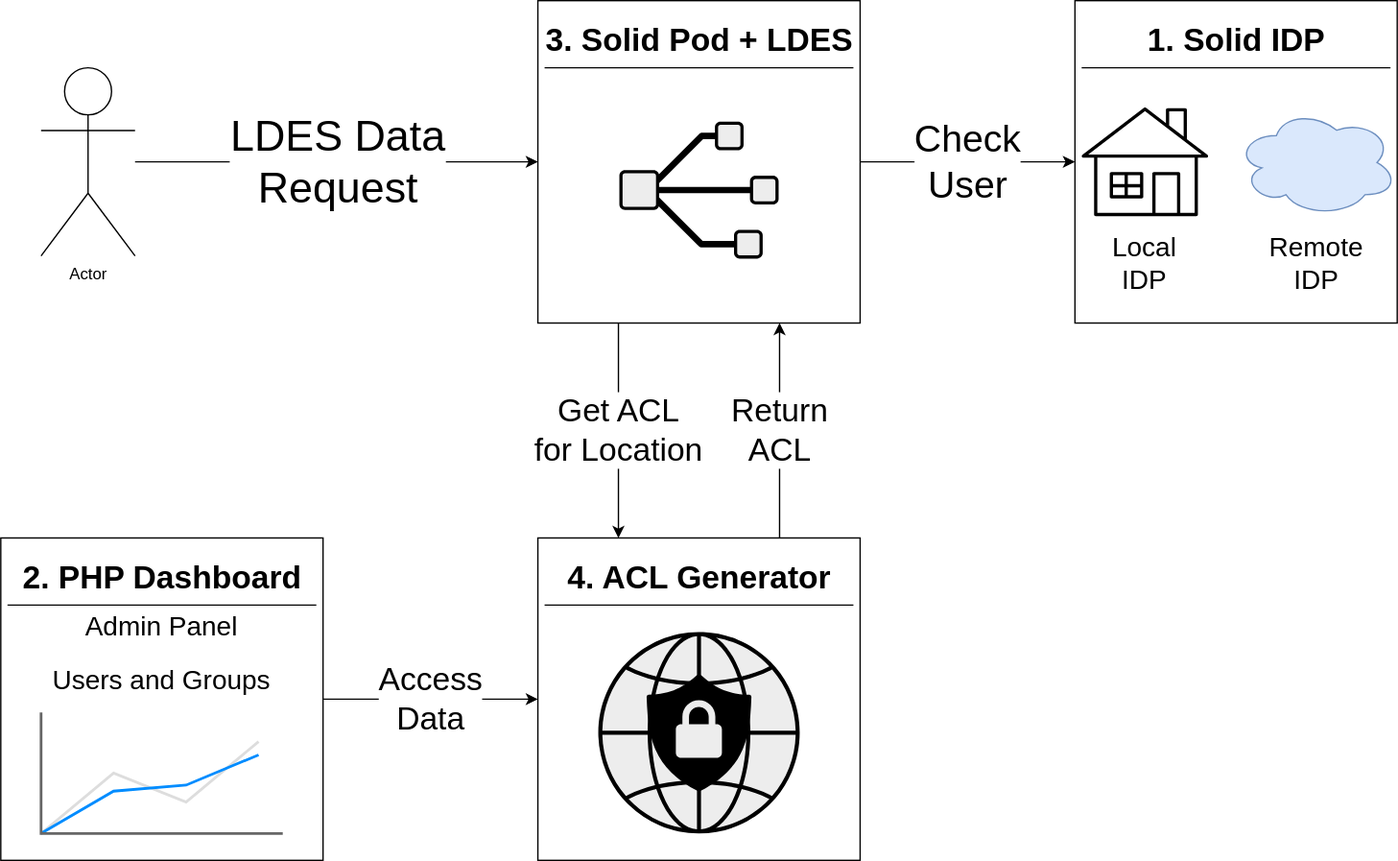
Before: chapters/Components.drawio.svg, a diagram exported from draw.io (ajuvercr/mumo-SemDH2026). Source tidied: cells renumbered, new cells last; positions are measured from the earlier drawing's top-left corner, leaving out a move shared by most shapes.
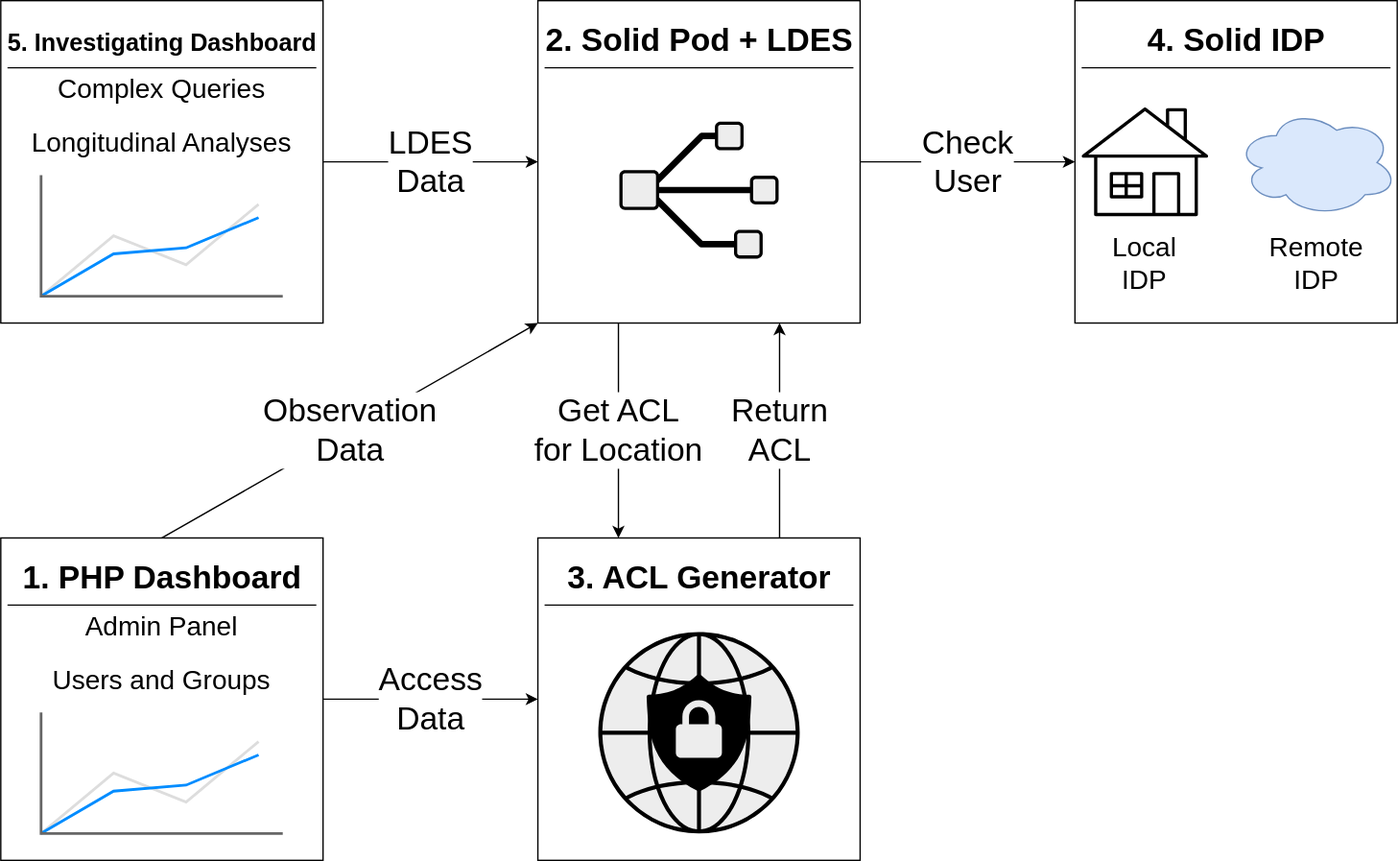
Above is the later version.

Change to the diagram source:
```diff
@@ -2,107 +2,128 @@
   <root>
     <mxCell id="0" />
     <mxCell id="1" parent="0" />
-    <mxCell id="2" value="&lt;font style=&quot;font-size: 32px;&quot;&gt;LDES Data&lt;/font&gt;&lt;div&gt;&lt;font style=&quot;font-size: 32px;&quot;&gt;Request&lt;/font&gt;&lt;/div&gt;" style="edgeStyle=orthogonalEdgeStyle;rounded=0;jettySize=auto;html=1;entryX=0;entryY=0.5;entryDx=0;entryDy=0;" parent="1" edge="1" source="3" target="28">
+    <mxCell id="2" value="&lt;font style=&quot;font-size: 24px;&quot;&gt;LDES&lt;/font&gt;&lt;div&gt;&lt;span style=&quot;background-color: light-dark(#ffffff, var(--ge-dark-color, #121212)); color: light-dark(rgb(0, 0, 0), rgb(255, 255, 255));&quot;&gt;&lt;font style=&quot;font-size: 24px;&quot;&gt;Data&lt;/font&gt;&lt;/span&gt;&lt;/div&gt;" style="edgeStyle=orthogonalEdgeStyle;rounded=0;jettySize=auto;html=1;entryX=0;entryY=0.5;entryDx=0;entryDy=0;exitX=1;exitY=0.5;exitDx=0;exitDy=0;" parent="1" edge="1" source="37" target="27">
       <mxGeometry relative="1" as="geometry" />
     </mxCell>
-    <mxCell id="3" value="Actor" style="shape=umlActor;verticalLabelPosition=bottom;verticalAlign=top;html=1;outlineConnect=0;" parent="1" vertex="1">
-      <mxGeometry x="30" y="50" width="70" height="140" as="geometry" />
+    <mxCell id="3" style="group;" parent="1" vertex="1">
+      <mxGeometry x="30" y="50" width="240" height="240" as="geometry" />
     </mxCell>
-    <mxCell id="4" style="group;" parent="1" vertex="1">
-      <mxGeometry y="400" width="240" height="240" as="geometry" />
+    <mxCell id="4" style="whiteSpace=wrap;html=1;verticalAlign=top;labelBorderColor=none;spacing=2;" parent="3" vertex="1">
+      <mxGeometry width="240" height="240" as="geometry" />
     </mxCell>
-    <mxCell id="5" style="whiteSpace=wrap;html=1;verticalAlign=top;labelBorderColor=none;spacing=2;" parent="4" vertex="1">
-      <mxGeometry width="240" height="240" as="geometry" />
+    <mxCell id="5" value="1. PHP Dashboard" style="text;strokeColor=none;fillColor=none;html=1;fontSize=24;fontStyle=1;verticalAlign=middle;align=center;" parent="3" vertex="1">
+      <mxGeometry x="5" y="10" width="230" height="40" as="geometry" />
     </mxCell>
-    <mxCell id="6" value="2. PHP Dashboard" style="text;strokeColor=none;fillColor=none;html=1;fontSize=24;fontStyle=1;verticalAlign=middle;align=center;" parent="4" vertex="1">
-      <mxGeometry x="5" y="10" width="230" height="40" as="geometry" />
+    <mxCell id="6" style="endArrow=none;html=1;rounded=0;exitX=0;exitY=1;exitDx=0;exitDy=0;entryX=1;entryY=1;entryDx=0;entryDy=0;" parent="3" edge="1" source="5" target="5">
+      <mxGeometry relative="1" as="geometry" />
     </mxCell>
-    <mxCell id="7" style="endArrow=none;html=1;rounded=0;exitX=0;exitY=1;exitDx=0;exitDy=0;entryX=1;entryY=1;entryDx=0;entryDy=0;" parent="4" edge="1" source="6" target="6">
-      <mxGeometry relative="1" as="geometry" />
+    <mxCell id="7" style="verticalLabelPosition=bottom;shadow=0;dashed=0;align=center;html=1;verticalAlign=top;strokeWidth=1;shape=mxgraph.mockup.graphics.lineChart;strokeColor=none;strokeColor2=#666666;strokeColor3=#008cff;strokeColor4=#dddddd;" parent="3" vertex="1">
+      <mxGeometry x="30" y="130" width="180" height="90" as="geometry" />
     </mxCell>
-    <mxCell id="8" style="verticalLabelPosition=bottom;shadow=0;dashed=0;align=center;html=1;verticalAlign=top;strokeWidth=1;shape=mxgraph.mockup.graphics.lineChart;strokeColor=none;strokeColor2=#666666;strokeColor3=#008cff;strokeColor4=#dddddd;" parent="4" vertex="1">
-      <mxGeometry x="30" y="130" width="180" height="90" as="geometry" />
+    <mxCell id="8" value="&lt;font style=&quot;font-size: 20px;&quot;&gt;Users and Groups&lt;/font&gt;" style="text;html=1;align=center;verticalAlign=middle;whiteSpace=wrap;rounded=0;" parent="3" vertex="1">
+      <mxGeometry x="30" y="90" width="180" height="30" as="geometry" />
     </mxCell>
-    <mxCell id="9" value="&lt;font style=&quot;font-size: 20px;&quot;&gt;Users and Groups&lt;/font&gt;" style="text;html=1;align=center;verticalAlign=middle;whiteSpace=wrap;rounded=0;" parent="4" vertex="1">
-      <mxGeometry x="30" y="90" width="180" height="30" as="geometry" />
+    <mxCell id="9" value="&lt;font style=&quot;font-size: 20px;&quot;&gt;Admin Panel&lt;/font&gt;" style="text;html=1;align=center;verticalAlign=middle;whiteSpace=wrap;rounded=0;" parent="3" vertex="1">
+      <mxGeometry x="30" y="50" width="180" height="30" as="geometry" />
     </mxCell>
-    <mxCell id="10" value="&lt;font style=&quot;font-size: 20px;&quot;&gt;Admin Panel&lt;/font&gt;" style="text;html=1;align=center;verticalAlign=middle;whiteSpace=wrap;rounded=0;" parent="4" vertex="1">
-      <mxGeometry x="30" y="50" width="180" height="30" as="geometry" />
+    <mxCell id="10" style="group;" parent="1" vertex="1">
+      <mxGeometry x="830" y="-350" width="240" height="240" as="geometry" />
     </mxCell>
-    <mxCell id="11" style="group;" parent="1" vertex="1">
-      <mxGeometry x="800" width="240" height="240" as="geometry" />
+    <mxCell id="11" style="whiteSpace=wrap;html=1;verticalAlign=top;labelBorderColor=none;spacing=2;" parent="10" vertex="1">
+      <mxGeometry width="240" height="240" as="geometry" />
     </mxCell>
-    <mxCell id="12" style="whiteSpace=wrap;html=1;verticalAlign=top;labelBorderColor=none;spacing=2;" parent="11" vertex="1">
-      <mxGeometry width="240" height="240" as="geometry" />
+    <mxCell id="12" value="4. Solid IDP" style="text;strokeColor=none;fillColor=none;html=1;fontSize=24;fontStyle=1;verticalAlign=middle;align=center;" parent="10" vertex="1">
+      <mxGeometry x="5" y="10" width="230" height="40" as="geometry" />
     </mxCell>
-    <mxCell id="13" value="1. Solid IDP" style="text;strokeColor=none;fillColor=none;html=1;fontSize=24;fontStyle=1;verticalAlign=middle;align=center;" parent="11" vertex="1">
-      <mxGeometry x="5" y="10" width="230" height="40" as="geometry" />
+    <mxCell id="13" style="endArrow=none;html=1;rounded=0;exitX=0;exitY=1;exitDx=0;exitDy=0;entryX=1;entryY=1;entryDx=0;entryDy=0;" parent="10" edge="1" source="12" target="12">
+      <mxGeometry relative="1" as="geometry" />
     </mxCell>
-    <mxCell id="14" style="endArrow=none;html=1;rounded=0;exitX=0;exitY=1;exitDx=0;exitDy=0;entryX=1;entryY=1;entryDx=0;entryDy=0;" parent="11" edge="1" source="13" target="13">
-      <mxGeometry relative="1" as="geometry" />
+    <mxCell id="14" style="group;" parent="10" vertex="1">
+      <mxGeometry x="5" y="79.5" width="235" height="130.5" as="geometry" />
     </mxCell>
-    <mxCell id="15" style="group;" parent="11" vertex="1">
-      <mxGeometry x="5" y="79.5" width="235" height="130.5" as="geometry" />
+    <mxCell id="15" style="group;" parent="14" vertex="1">
+      <mxGeometry x="115" y="0.9" width="120" height="129.5" as="geometry" />
     </mxCell>
-    <mxCell id="16" style="group;" parent="15" vertex="1">
-      <mxGeometry x="115" y="0.9" width="120" height="129.5" as="geometry" />
+    <mxCell id="16" style="ellipse;shape=cloud;whiteSpace=wrap;html=1;fillColor=#dae8fc;strokeColor=#6c8ebf;" parent="15" vertex="1">
+      <mxGeometry width="120" height="80" as="geometry" />
     </mxCell>
-    <mxCell id="17" style="ellipse;shape=cloud;whiteSpace=wrap;html=1;fillColor=#dae8fc;strokeColor=#6c8ebf;" parent="16" vertex="1">
-      <mxGeometry width="120" height="80" as="geometry" />
+    <mxCell id="17" value="&lt;font style=&quot;font-size: 20px;&quot;&gt;Remote IDP&lt;/font&gt;" style="text;html=1;align=center;verticalAlign=middle;whiteSpace=wrap;rounded=0;" parent="15" vertex="1">
+      <mxGeometry x="20" y="99.5" width="80" height="30" as="geometry" />
     </mxCell>
-    <mxCell id="18" value="&lt;font style=&quot;font-size: 20px;&quot;&gt;Remote IDP&lt;/font&gt;" style="text;html=1;align=center;verticalAlign=middle;whiteSpace=wrap;rounded=0;" parent="16" vertex="1">
-      <mxGeometry x="20" y="99.5" width="80" height="30" as="geometry" />
+    <mxCell id="18" style="group;" parent="14" vertex="1">
+      <mxGeometry width="94.2" height="130.5" as="geometry" />
     </mxCell>
-    <mxCell id="19" style="group;" parent="15" vertex="1">
-      <mxGeometry width="94.2" height="130.5" as="geometry" />
+    <mxCell id="19" style="sketch=0;verticalLabelPosition=bottom;sketch=0;html=1;verticalAlign=top;strokeColor=none;fillColor=#000000;align=center;shape=mxgraph.citrix2.home;" parent="18" vertex="1">
+      <mxGeometry width="94.2" height="80.9" as="geometry" />
     </mxCell>
-    <mxCell id="20" style="sketch=0;verticalLabelPosition=bottom;sketch=0;html=1;verticalAlign=top;strokeColor=none;fillColor=#000000;align=center;shape=mxgraph.citrix2.home;" parent="19" vertex="1">
-      <mxGeometry width="94.2" height="80.9" as="geometry" />
+    <mxCell id="20" value="&lt;font style=&quot;font-size: 20px;&quot;&gt;Local IDP&lt;/font&gt;" style="text;html=1;align=center;verticalAlign=middle;whiteSpace=wrap;rounded=0;" parent="18" vertex="1">
+      <mxGeometry x="7.1" y="100.5" width="80" height="30" as="geometry" />
     </mxCell>
-    <mxCell id="21" value="&lt;font style=&quot;font-size: 20px;&quot;&gt;Local IDP&lt;/font&gt;" style="text;html=1;align=center;verticalAlign=middle;whiteSpace=wrap;rounded=0;" parent="19" vertex="1">
-      <mxGeometry x="7.1" y="100.5" width="80" height="30" as="geometry" />
+    <mxCell id="21" style="group;" parent="1" vertex="1">
+      <mxGeometry x="430" y="50" width="240" height="240" as="geometry" />
     </mxCell>
-    <mxCell id="22" style="group;" parent="1" vertex="1">
-      <mxGeometry x="400" y="400" width="240" height="240" as="geometry" />
+    <mxCell id="22" style="whiteSpace=wrap;html=1;verticalAlign=top;labelBorderColor=none;spacing=2;" parent="21" vertex="1">
+      <mxGeometry width="240" height="240" as="geometry" />
     </mxCell>
-    <mxCell id="23" style="whiteSpace=wrap;html=1;verticalAlign=top;labelBorderColor=none;spacing=2;" parent="22" vertex="1">
-      <mxGeometry width="240" height="240" as="geometry" />
+    <mxCell id="23" value="3. ACL Generator" style="text;strokeColor=none;fillColor=none;html=1;fontSize=24;fontStyle=1;verticalAlign=middle;align=center;" parent="21" vertex="1">
+      <mxGeometry x="5" y="10" width="230" height="40" as="geometry" />
     </mxCell>
-    <mxCell id="24" value="4. ACL Generator" style="text;strokeColor=none;fillColor=none;html=1;fontSize=24;fontStyle=1;verticalAlign=middle;align=center;" parent="22" vertex="1">
-      <mxGeometry x="5" y="10" width="230" height="40" as="geometry" />
+    <mxCell id="24" style="endArrow=none;html=1;rounded=0;exitX=0;exitY=1;exitDx=0;exitDy=0;entryX=1;entryY=1;entryDx=0;entryDy=0;" parent="21" edge="1" source="23" target="23">
+      <mxGeometry relative="1" as="geometry" />
     </mxCell>
-    <mxCell id="25" style="endArrow=none;html=1;rounded=0;exitX=0;exitY=1;exitDx=0;exitDy=0;entryX=1;entryY=1;entryDx=0;entryDy=0;" parent="22" edge="1" source="24" target="24">
-      <mxGeometry relative="1" as="geometry" />
+    <mxCell id="25" style="shape=mxgraph.networks2.icon;fillColor=#EDEDED;strokeColor=#000000;gradientColor=#5B6163;network2IconShadow=1;network2bgFillColor=none;network2Icon=mxgraph.networks2.internet_security;network2IconW=1;network2IconH=1;" parent="21" vertex="1">
+      <mxGeometry x="45" y="70" width="150" height="150" as="geometry" />
     </mxCell>
-    <mxCell id="26" style="shape=mxgraph.networks2.icon;fillColor=#EDEDED;strokeColor=#000000;gradientColor=#5B6163;network2IconShadow=1;network2bgFillColor=none;network2Icon=mxgraph.networks2.internet_security;network2IconW=1;network2IconH=1;" parent="22" vertex="1">
-      <mxGeometry x="45" y="70" width="150" height="150" as="geometry" />
+    <mxCell id="26" style="group;" parent="1" vertex="1">
+      <mxGeometry x="430" y="-350" width="240" height="240" as="geometry" />
     </mxCell>
-    <mxCell id="27" style="group;" parent="1" vertex="1">
-      <mxGeometry x="400" width="240" height="240" as="geometry" />
+    <mxCell id="27" style="whiteSpace=wrap;html=1;verticalAlign=top;labelBorderColor=none;spacing=2;" parent="26" vertex="1">
+      <mxGeometry width="240" height="240" as="geometry" />
     </mxCell>
-    <mxCell id="28" style="whiteSpace=wrap;html=1;verticalAlign=top;labelBorderColor=none;spacing=2;" parent="27" vertex="1">
-      <mxGeometry width="240" height="240" as="geometry" />
+    <mxCell id="28" value="2. Solid Pod + LDES" style="text;strokeColor=none;fillColor=none;html=1;fontSize=24;fontStyle=1;verticalAlign=middle;align=center;" parent="26" vertex="1">
+      <mxGeometry x="5" y="10" width="230" height="40" as="geometry" />
     </mxCell>
-    <mxCell id="29" value="3. Solid Pod + LDES" style="text;strokeColor=none;fillColor=none;html=1;fontSize=24;fontStyle=1;verticalAlign=middle;align=center;" parent="27" vertex="1">
-      <mxGeometry x="5" y="10" width="230" height="40" as="geometry" />
+    <mxCell id="29" style="endArrow=none;html=1;rounded=0;exitX=0;exitY=1;exitDx=0;exitDy=0;entryX=1;entryY=1;entryDx=0;entryDy=0;" parent="26" edge="1" source="28" target="28">
+      <mxGeometry relative="1" as="geometry" />
     </mxCell>
-    <mxCell id="30" style="endArrow=none;html=1;rounded=0;exitX=0;exitY=1;exitDx=0;exitDy=0;entryX=1;entryY=1;entryDx=0;entryDy=0;" parent="27" edge="1" source="29" target="29">
-      <mxGeometry relative="1" as="geometry" />
+    <mxCell id="30" style="shape=mxgraph.networks2.icon;fillColor=#EDEDED;strokeColor=#000000;gradientColor=#5B6163;network2IconShadow=1;network2bgFillColor=none;network2Icon=mxgraph.networks2.network;network2IconW=1;network2IconH=0.8601;" parent="26" vertex="1">
+      <mxGeometry x="60.7" y="90" width="118.6" height="102" as="geometry" />
     </mxCell>
-    <mxCell id="31" style="shape=mxgraph.networks2.icon;fillColor=#EDEDED;strokeColor=#000000;gradientColor=#5B6163;network2IconShadow=1;network2bgFillColor=none;network2Icon=mxgraph.networks2.network;network2IconW=1;network2IconH=0.8601;" parent="27" vertex="1">
-      <mxGeometry x="60.7" y="90" width="118.6" height="102" as="geometry" />
+    <mxCell id="31" value="&lt;font style=&quot;font-size: 24px;&quot;&gt;Access&lt;/font&gt;&lt;div&gt;&lt;font style=&quot;font-size: 24px;&quot;&gt;Data&lt;/font&gt;&lt;/div&gt;" style="edgeStyle=orthogonalEdgeStyle;rounded=0;jettySize=auto;html=1;entryX=0;entryY=0.5;entryDx=0;entryDy=0;" parent="1" edge="1" source="4" target="22">
+      <mxGeometry relative="1" as="geometry" />
     </mxCell>
-    <mxCell id="32" value="&lt;font style=&quot;font-size: 24px;&quot;&gt;Access&lt;/font&gt;&lt;div&gt;&lt;font style=&quot;font-size: 24px;&quot;&gt;Data&lt;/font&gt;&lt;/div&gt;" style="edgeStyle=orthogonalEdgeStyle;rounded=0;jettySize=auto;html=1;entryX=0;entryY=0.5;entryDx=0;entryDy=0;" parent="1" edge="1" source="5" target="23">
+    <mxCell id="32" value="&lt;font style=&quot;font-size: 24px;&quot;&gt;Get ACL&lt;/font&gt;&lt;div&gt;&lt;font style=&quot;font-size: 24px;&quot;&gt;for Location&lt;/font&gt;&lt;/div&gt;" style="edgeStyle=orthogonalEdgeStyle;rounded=0;jettySize=auto;html=1;exitX=0.25;exitY=1;exitDx=0;exitDy=0;entryX=0.25;entryY=0;entryDx=0;entryDy=0;" parent="1" edge="1" source="27" target="22">
       <mxGeometry relative="1" as="geometry" />
     </mxCell>
-    <mxCell id="33" value="&lt;font style=&quot;font-size: 24px;&quot;&gt;Get ACL&lt;/font&gt;&lt;div&gt;&lt;font style=&quot;font-size: 24px;&quot;&gt;for Location&lt;/font&gt;&lt;/div&gt;" style="edgeStyle=orthogonalEdgeStyle;rounded=0;jettySize=auto;html=1;exitX=0.25;exitY=1;exitDx=0;exitDy=0;entryX=0.25;entryY=0;entryDx=0;entryDy=0;" parent="1" edge="1" source="28" target="23">
+    <mxCell id="33" value="&lt;font style=&quot;font-size: 24px;&quot;&gt;Return&lt;/font&gt;&lt;div&gt;&lt;font style=&quot;font-size: 24px;&quot;&gt;ACL&lt;/font&gt;&lt;/div&gt;" style="edgeStyle=orthogonalEdgeStyle;rounded=0;jettySize=auto;html=1;exitX=0.75;exitY=0;exitDx=0;exitDy=0;entryX=0.75;entryY=1;entryDx=0;entryDy=0;" parent="1" edge="1" source="22" target="27">
       <mxGeometry relative="1" as="geometry" />
     </mxCell>
-    <mxCell id="34" value="&lt;font style=&quot;font-size: 24px;&quot;&gt;Return&lt;/font&gt;&lt;div&gt;&lt;font style=&quot;font-size: 24px;&quot;&gt;ACL&lt;/font&gt;&lt;/div&gt;" style="edgeStyle=orthogonalEdgeStyle;rounded=0;jettySize=auto;html=1;exitX=0.75;exitY=0;exitDx=0;exitDy=0;entryX=0.75;entryY=1;entryDx=0;entryDy=0;" parent="1" edge="1" source="23" target="28">
+    <mxCell id="34" value="&lt;font style=&quot;font-size: 24px;&quot;&gt;Check&lt;br&gt;&lt;/font&gt;&lt;div&gt;&lt;font style=&quot;font-size: 24px;&quot;&gt;User&lt;/font&gt;&lt;/div&gt;" style="edgeStyle=orthogonalEdgeStyle;rounded=0;jettySize=auto;html=1;exitX=1;exitY=0.5;exitDx=0;exitDy=0;entryX=0;entryY=0.5;entryDx=0;entryDy=0;" parent="1" edge="1" source="27" target="11">
       <mxGeometry relative="1" as="geometry" />
     </mxCell>
-    <mxCell id="35" value="&lt;span style=&quot;font-size: 28px;&quot;&gt;Check&lt;/span&gt;&lt;br&gt;&lt;div&gt;&lt;font style=&quot;font-size: 28px;&quot;&gt;User&lt;/font&gt;&lt;/div&gt;" style="edgeStyle=orthogonalEdgeStyle;rounded=0;jettySize=auto;html=1;exitX=1;exitY=0.5;exitDx=0;exitDy=0;entryX=0;entryY=0.5;entryDx=0;entryDy=0;" parent="1" edge="1" source="28" target="12">
+    <mxCell id="35" value="&lt;font style=&quot;font-size: 24px;&quot;&gt;Observation&lt;/font&gt;&lt;div&gt;&lt;font style=&quot;font-size: 24px;&quot;&gt;Data&lt;/font&gt;&lt;/div&gt;" style="endArrow=classic;html=1;rounded=0;exitX=0.5;exitY=0;exitDx=0;exitDy=0;entryX=0;entryY=1;entryDx=0;entryDy=0;" parent="1" edge="1" source="4" target="27">
       <mxGeometry relative="1" as="geometry" />
     </mxCell>
+    <mxCell id="36" style="group;" parent="1" vertex="1">
+      <mxGeometry x="30" y="-350" width="240" height="240" as="geometry" />
+    </mxCell>
+    <mxCell id="37" style="whiteSpace=wrap;html=1;verticalAlign=top;labelBorderColor=none;spacing=2;" parent="36" vertex="1">
+      <mxGeometry width="240" height="240" as="geometry" />
+    </mxCell>
+    <mxCell id="38" value="&lt;font style=&quot;font-size: 18px;&quot;&gt;&lt;font style=&quot;&quot;&gt;5. Investigating&amp;nbsp;&lt;/font&gt;&lt;span style=&quot;background-color: transparent; color: light-dark(rgb(0, 0, 0), rgb(255, 255, 255));&quot;&gt;Dashboard&lt;/span&gt;&lt;/font&gt;" style="text;strokeColor=none;fillColor=none;html=1;fontSize=24;fontStyle=1;verticalAlign=middle;align=center;" parent="36" vertex="1">
+      <mxGeometry x="5" y="10" width="230" height="40" as="geometry" />
+    </mxCell>
+    <mxCell id="39" style="endArrow=none;html=1;rounded=0;exitX=0;exitY=1;exitDx=0;exitDy=0;entryX=1;entryY=1;entryDx=0;entryDy=0;" parent="36" edge="1" source="38" target="38">
+      <mxGeometry relative="1" as="geometry" />
+    </mxCell>
+    <mxCell id="40" style="verticalLabelPosition=bottom;shadow=0;dashed=0;align=center;html=1;verticalAlign=top;strokeWidth=1;shape=mxgraph.mockup.graphics.lineChart;strokeColor=none;strokeColor2=#666666;strokeColor3=#008cff;strokeColor4=#dddddd;" parent="36" vertex="1">
+      <mxGeometry x="30" y="130" width="180" height="90" as="geometry" />
+    </mxCell>
+    <mxCell id="41" value="&lt;span style=&quot;font-size: 20px;&quot;&gt;Longitudinal Analyses&lt;/span&gt;" style="text;html=1;align=center;verticalAlign=middle;whiteSpace=wrap;rounded=0;" parent="36" vertex="1">
+      <mxGeometry y="90" width="240" height="30" as="geometry" />
+    </mxCell>
+    <mxCell id="42" value="&lt;font style=&quot;font-size: 20px;&quot;&gt;Complex Queries&lt;/font&gt;" style="text;html=1;align=center;verticalAlign=middle;whiteSpace=wrap;rounded=0;" parent="36" vertex="1">
+      <mxGeometry x="30" y="50" width="180" height="30" as="geometry" />
+    </mxCell>
   </root>
 </mxGraphModel>
```
